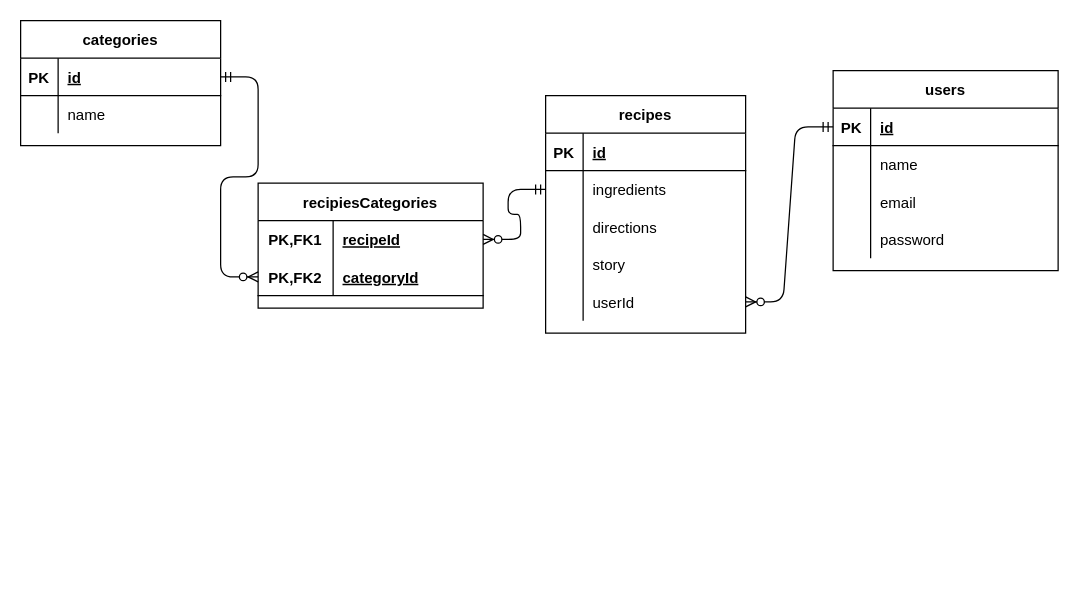
Before: ERD.drawio in mitchdmarino/Simplifry, a draw.io diagram. Source tidied: cells renumbered, new cells numbered last; positions are measured from the earlier drawing's top-left corner, leaving out a move shared by most shapes. Both pictures are drawn from the tidied source at 125%, with x=0, y=0 at pixel (20, 20).
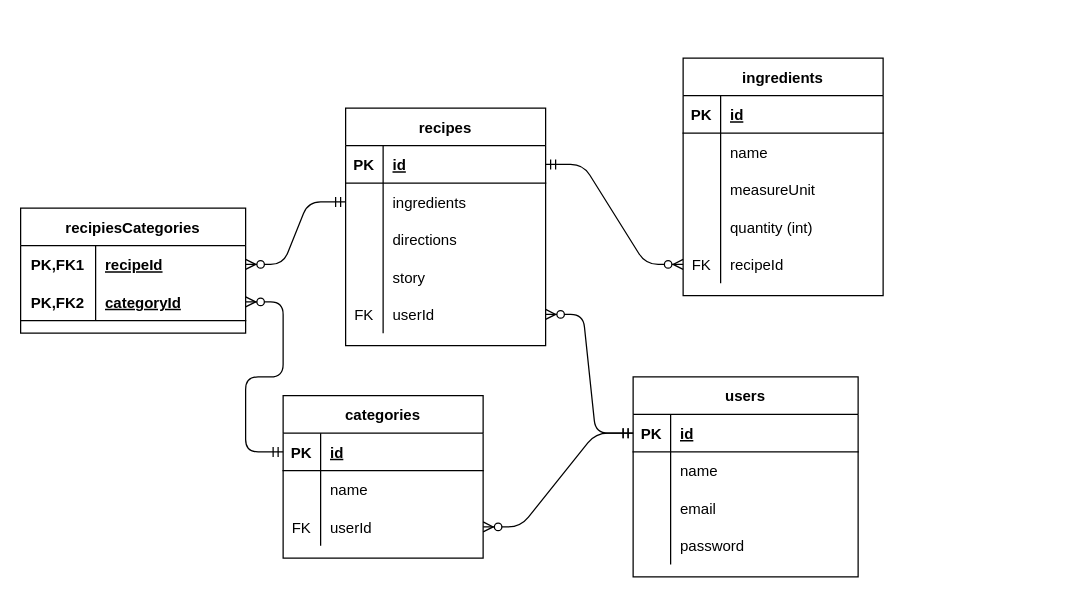
The same diagram, later.

The change refers to these unchanged cells:
```xml
<mxCell id="3" style="shape=partialRectangle;fillColor=none;top=0;left=0;bottom=1;right=0;points=[[0,0.5],[1,0.5]];portConstraint=eastwest;" parent="2" vertex="1">
  <mxGeometry y="30" width="180" height="30" as="geometry" />
</mxCell>
<mxCell id="17" style="shape=partialRectangle;fillColor=none;top=0;left=0;bottom=1;right=0;points=[[0,0.5],[1,0.5]];portConstraint=eastwest;" parent="16" vertex="1">
  <mxGeometry y="30" width="160" height="30" as="geometry" />
</mxCell>
<mxCell id="29" style="shape=partialRectangle;fillColor=none;top=0;left=0;bottom=0;right=0;points=[[0,0.5],[1,0.5]];portConstraint=eastwest;" parent="16" vertex="1">
  <mxGeometry y="150" width="160" height="30" as="geometry" />
</mxCell>
<mxCell id="36" style="shape=partialRectangle;fillColor=none;top=0;left=0;bottom=1;right=0;points=[[0,0.5],[1,0.5]];portConstraint=eastwest;" parent="32" vertex="1">
  <mxGeometry y="60" width="180" height="30" as="geometry" />
</mxCell>
<mxCell id="40" style="shape=partialRectangle;fillColor=none;top=0;left=0;bottom=1;right=0;points=[[0,0.5],[1,0.5]];portConstraint=eastwest;" parent="39" vertex="1">
  <mxGeometry y="30" width="160" height="30" as="geometry" />
</mxCell>
```

What changed in the source:
```diff
@@
     <mxCell id="2" value="users" style="shape=table;startSize=30;childLayout=tableLayout;rowLines=0;fontStyle=1;align=center;" parent="1" vertex="1">
-      <mxGeometry x="650" y="40" width="180" height="160" as="geometry" />
+      <mxGeometry x="490" y="285" width="180" height="160" as="geometry" />
     </mxCell>
@@
     <mxCell id="16" value="recipes" style="shape=table;startSize=30;childLayout=tableLayout;rowLines=0;fontStyle=1;align=center;" parent="1" vertex="1">
-      <mxGeometry x="420" y="60" width="160" height="190" as="geometry" />
+      <mxGeometry x="260" y="70" width="160" height="190" as="geometry" />
     </mxCell>
@@
-    <mxCell id="30" style="shape=partialRectangle;fillColor=none;top=0;left=0;bottom=0;right=0;overflow=hidden;" parent="29" vertex="1">
+    <mxCell id="30" value="FK" style="shape=partialRectangle;fillColor=none;top=0;left=0;bottom=0;right=0;overflow=hidden;" parent="29" vertex="1">
       <mxGeometry width="30" height="30" as="geometry" />
     </mxCell>
@@
     <mxCell id="32" value="recipiesCategories" style="shape=table;startSize=30;childLayout=tableLayout;rowLines=0;fontStyle=1;align=center;" parent="1" vertex="1">
-      <mxGeometry x="190" y="130" width="180" height="100" as="geometry" />
+      <mxGeometry y="150" width="180" height="100" as="geometry" />
     </mxCell>
@@
     <mxCell id="39" value="categories" style="shape=table;startSize=30;childLayout=tableLayout;rowLines=0;fontStyle=1;align=center;" parent="1" vertex="1">
-      <mxGeometry width="160" height="100" as="geometry" />
+      <mxGeometry x="210" y="300" width="160" height="130" as="geometry" />
     </mxCell>
@@
+    <mxCell id="48" style="shape=partialRectangle;fillColor=none;top=0;left=0;bottom=0;right=0;points=[[0,0.5],[1,0.5]];portConstraint=eastwest;" parent="39" vertex="1">
+      <mxGeometry y="90" width="160" height="30" as="geometry" />
+    </mxCell>
+    <mxCell id="49" value="FK" style="shape=partialRectangle;fillColor=none;top=0;left=0;bottom=0;right=0;overflow=hidden;" parent="48" vertex="1">
+      <mxGeometry width="30" height="30" as="geometry" />
+    </mxCell>
+    <mxCell id="50" value="userId" style="shape=partialRectangle;fillColor=none;top=0;left=0;bottom=0;right=0;align=left;spacingLeft=6;overflow=hidden;" parent="48" vertex="1">
+      <mxGeometry x="30" width="130" height="30" as="geometry" />
+    </mxCell>
-    <mxCell id="46" style="edgeStyle=entityRelationEdgeStyle;fontSize=12;html=1;endArrow=ERzeroToMany;startArrow=ERmandOne;entryX=0;entryY=0.5;entryDx=0;entryDy=0;" parent="1" edge="1" source="40" target="36">
+    <mxCell id="46" style="edgeStyle=entityRelationEdgeStyle;fontSize=12;html=1;endArrow=ERzeroToMany;startArrow=ERmandOne;entryX=1;entryY=0.5;entryDx=0;entryDy=0;" parent="1" edge="1" source="40" target="36">
       <mxGeometry relative="1" as="geometry" />
     </mxCell>
@@
+    <mxCell id="51" style="edgeStyle=entityRelationEdgeStyle;fontSize=12;html=1;endArrow=ERzeroToMany;startArrow=ERmandOne;exitX=0;exitY=0.5;exitDx=0;exitDy=0;entryX=1;entryY=0.5;entryDx=0;entryDy=0;" parent="1" edge="1" source="3" target="48">
+      <mxGeometry relative="1" as="geometry" />
+    </mxCell>
+    <mxCell id="52" value="ingredients" style="shape=table;startSize=30;childLayout=tableLayout;rowLines=0;fontStyle=1;align=center;" parent="1" vertex="1">
+      <mxGeometry x="530" y="30" width="160" height="190" as="geometry" />
+    </mxCell>
+    <mxCell id="53" style="shape=partialRectangle;fillColor=none;top=0;left=0;bottom=1;right=0;" parent="52" vertex="1">
+      <mxGeometry y="30" width="160" height="30" as="geometry" />
+    </mxCell>
+    <mxCell id="54" value="PK" style="shape=partialRectangle;fillColor=none;top=0;left=0;bottom=0;right=0;fontStyle=1;overflow=hidden;" parent="53" vertex="1">
+      <mxGeometry width="30" height="30" as="geometry" />
+    </mxCell>
+    <mxCell id="55" value="id" style="shape=partialRectangle;fillColor=none;top=0;left=0;bottom=0;right=0;align=left;spacingLeft=6;fontStyle=5;overflow=hidden;" parent="53" vertex="1">
+      <mxGeometry x="30" width="130" height="30" as="geometry" />
+    </mxCell>
+    <mxCell id="56" style="shape=partialRectangle;fillColor=none;top=0;left=0;bottom=0;right=0;" parent="52" vertex="1">
+      <mxGeometry y="60" width="160" height="30" as="geometry" />
+    </mxCell>
+    <mxCell id="57" style="shape=partialRectangle;fillColor=none;top=0;left=0;bottom=0;right=0;overflow=hidden;" parent="56" vertex="1">
+      <mxGeometry width="30" height="30" as="geometry" />
+    </mxCell>
+    <mxCell id="58" value="name" style="shape=partialRectangle;fillColor=none;top=0;left=0;bottom=0;right=0;align=left;spacingLeft=6;overflow=hidden;" parent="56" vertex="1">
+      <mxGeometry x="30" width="130" height="30" as="geometry" />
+    </mxCell>
+    <mxCell id="59" style="shape=partialRectangle;fillColor=none;top=0;left=0;bottom=0;right=0;" parent="52" vertex="1">
+      <mxGeometry y="90" width="160" height="30" as="geometry" />
+    </mxCell>
+    <mxCell id="60" style="shape=partialRectangle;fillColor=none;top=0;left=0;bottom=0;right=0;overflow=hidden;" parent="59" vertex="1">
+      <mxGeometry width="30" height="30" as="geometry" />
+    </mxCell>
+    <mxCell id="61" value="measureUnit" style="shape=partialRectangle;fillColor=none;top=0;left=0;bottom=0;right=0;align=left;spacingLeft=6;overflow=hidden;" parent="59" vertex="1">
+      <mxGeometry x="30" width="130" height="30" as="geometry" />
+    </mxCell>
+    <mxCell id="62" style="shape=partialRectangle;fillColor=none;top=0;left=0;bottom=0;right=0;" parent="52" vertex="1">
+      <mxGeometry y="120" width="160" height="30" as="geometry" />
+    </mxCell>
+    <mxCell id="63" style="shape=partialRectangle;fillColor=none;top=0;left=0;bottom=0;right=0;overflow=hidden;" parent="62" vertex="1">
+      <mxGeometry width="30" height="30" as="geometry" />
+    </mxCell>
+    <mxCell id="64" value="quantity (int)" style="shape=partialRectangle;fillColor=none;top=0;left=0;bottom=0;right=0;align=left;spacingLeft=6;overflow=hidden;" parent="62" vertex="1">
+      <mxGeometry x="30" width="130" height="30" as="geometry" />
+    </mxCell>
+    <mxCell id="65" style="shape=partialRectangle;fillColor=none;top=0;left=0;bottom=0;right=0;points=[[0,0.5],[1,0.5]];portConstraint=eastwest;" parent="52" vertex="1">
+      <mxGeometry y="150" width="160" height="30" as="geometry" />
+    </mxCell>
+    <mxCell id="66" value="FK" style="shape=partialRectangle;fillColor=none;top=0;left=0;bottom=0;right=0;overflow=hidden;" parent="65" vertex="1">
+      <mxGeometry width="30" height="30" as="geometry" />
+    </mxCell>
+    <mxCell id="67" value="recipeId" style="shape=partialRectangle;fillColor=none;top=0;left=0;bottom=0;right=0;align=left;spacingLeft=6;overflow=hidden;" parent="65" vertex="1">
+      <mxGeometry x="30" width="130" height="30" as="geometry" />
+    </mxCell>
+    <mxCell id="68" style="edgeStyle=entityRelationEdgeStyle;fontSize=12;html=1;endArrow=ERzeroToMany;startArrow=ERmandOne;exitX=1;exitY=0.5;exitDx=0;exitDy=0;entryX=0;entryY=0.5;entryDx=0;entryDy=0;" parent="1" edge="1" source="17" target="65">
+      <mxGeometry relative="1" as="geometry" />
+    </mxCell>
```
